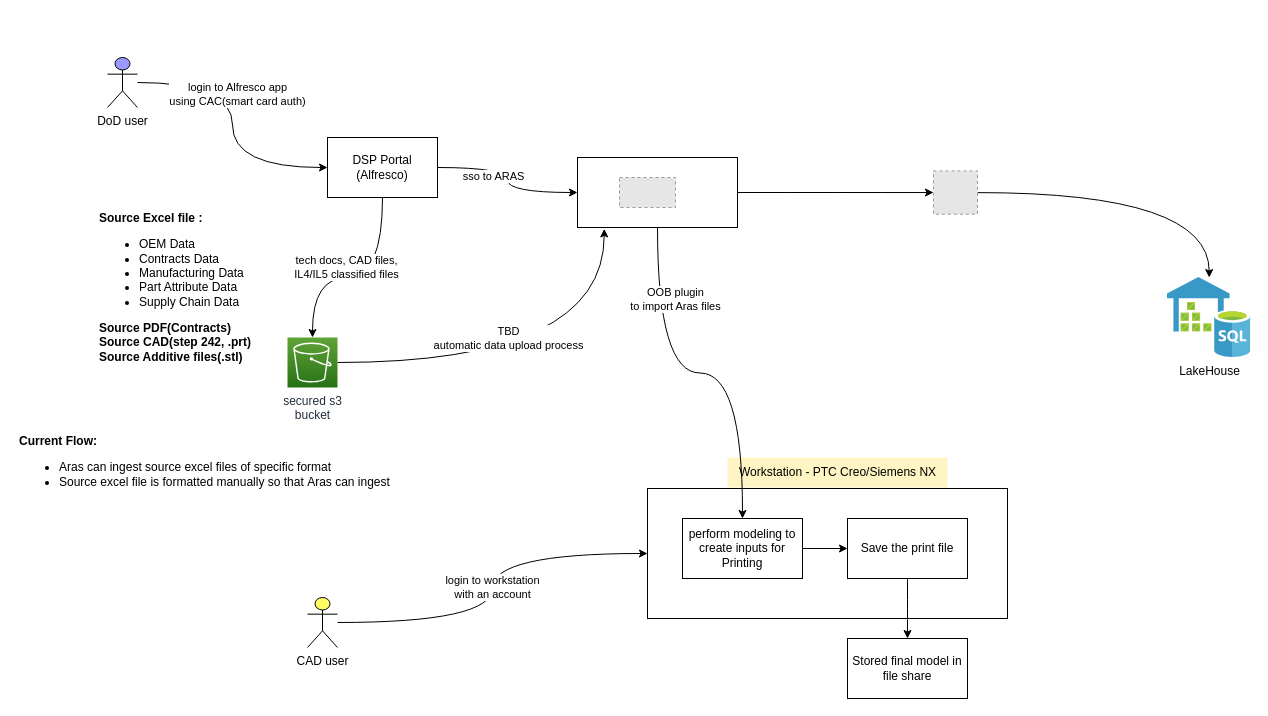
Earlier version of the draw.io diagram page "RGBSI - DSP" (4 of 5) of Ibex - 2.drawio (coolsharepoint/Test). Source tidied: cells renumbered, new cells numbered last; positions are measured from the earlier drawing's top-left corner, leaving out a move shared by most shapes. Both pictures are drawn from the tidied source at 100%, with x=0, y=0 at pixel (17, 57). Pictures stored in the file or linked from it are replaced by grey dashed boxes.
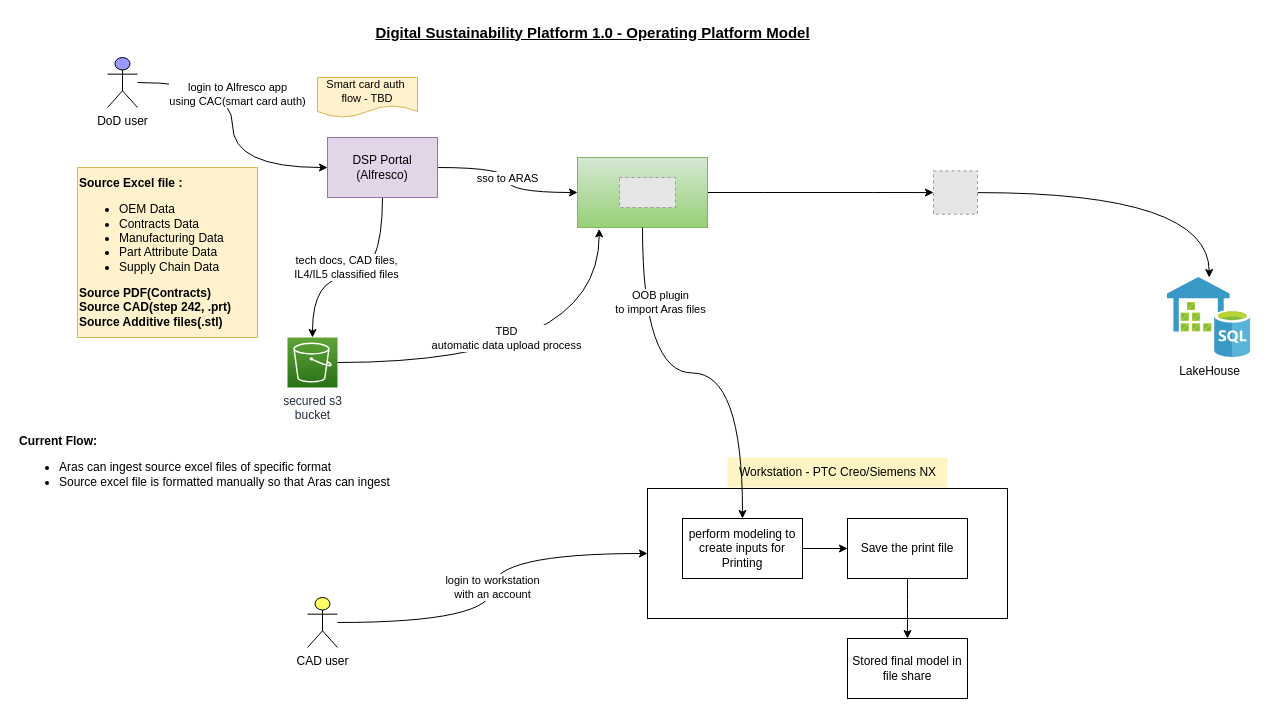
Above is the later version.

The change refers to these unchanged cells:
```xml
<mxCell id="22" style="edgeStyle=orthogonalEdgeStyle;rounded=0;jettySize=auto;html=1;entryX=0;entryY=0.5;entryDx=0;entryDy=0;curved=1;" parent="1" edge="1" source="25" target="12">
  <mxGeometry relative="1" as="geometry" />
</mxCell>
```

Diff of the diagram source:
```diff
@@
-    <mxCell id="12" style="rounded=0;whiteSpace=wrap;html=1;" parent="1" vertex="1">
-      <mxGeometry x="560" y="100" width="160" height="70" as="geometry" />
+    <mxCell id="12" style="rounded=0;whiteSpace=wrap;html=1;fillColor=#d5e8d4;strokeColor=#82b366;gradientColor=#97d077;" parent="1" vertex="1">
+      <mxGeometry x="560" y="100" width="130" height="70" as="geometry" />
     </mxCell>
@@
     <mxCell id="23" value="sso to ARAS" style="edgeLabel;html=1;align=center;verticalAlign=middle;" parent="22" vertex="1">
-      <mxGeometry x="-0.33" y="-8" relative="1" as="geometry" />
+      <mxGeometry x="-0.33" y="-8" relative="1" as="geometry">
+        <mxPoint x="14" y="2" as="offset" />
+      </mxGeometry>
     </mxCell>
@@
-    <mxCell id="25" value="DSP Portal&lt;br&gt;(Alfresco)" style="rounded=0;whiteSpace=wrap;html=1;" parent="1" vertex="1">
+    <mxCell id="25" value="DSP Portal&lt;br&gt;(Alfresco)" style="rounded=0;whiteSpace=wrap;html=1;fillColor=#e1d5e7;strokeColor=#9673a6;" parent="1" vertex="1">
       <mxGeometry x="310" y="80" width="110" height="60" as="geometry" />
     </mxCell>
@@
-    <mxCell id="29" value="&lt;b&gt;Source Excel file : &lt;/b&gt;&lt;br&gt;&lt;ul&gt;&lt;li&gt;OEM Data&lt;/li&gt;&lt;li&gt;Contracts Data&lt;/li&gt;&lt;li&gt;Manufacturing Data&lt;/li&gt;&lt;li&gt;Part Attribute Data&lt;/li&gt;&lt;li&gt;Supply Chain Data&lt;/li&gt;&lt;/ul&gt;&lt;div&gt;&lt;b&gt;Source PDF(Contracts)&lt;/b&gt;&lt;/div&gt;&lt;div&gt;&lt;b&gt;Source CAD(step 242, .prt)&lt;/b&gt;&lt;/div&gt;&lt;div&gt;&lt;b&gt;Source Additive files(.stl)&lt;/b&gt;&lt;/div&gt;" style="text;html=1;align=left;verticalAlign=middle;strokeColor=none;fillColor=none;" parent="1" vertex="1">
-      <mxGeometry x="80" y="145" width="180" height="170" as="geometry" />
+    <mxCell id="29" value="&lt;b&gt;Source Excel file : &lt;/b&gt;&lt;br&gt;&lt;ul&gt;&lt;li&gt;OEM Data&lt;/li&gt;&lt;li&gt;Contracts Data&lt;/li&gt;&lt;li&gt;Manufacturing Data&lt;/li&gt;&lt;li&gt;Part Attribute Data&lt;/li&gt;&lt;li&gt;Supply Chain Data&lt;/li&gt;&lt;/ul&gt;&lt;div&gt;&lt;b&gt;Source PDF(Contracts)&lt;/b&gt;&lt;/div&gt;&lt;div&gt;&lt;b&gt;Source CAD(step 242, .prt)&lt;/b&gt;&lt;/div&gt;&lt;div&gt;&lt;b&gt;Source Additive files(.stl)&lt;/b&gt;&lt;/div&gt;" style="text;html=1;align=left;verticalAlign=middle;strokeColor=#d6b656;fillColor=#fff2cc;" parent="1" vertex="1">
+      <mxGeometry x="60" y="110" width="180" height="170" as="geometry" />
     </mxCell>
@@
+    <mxCell id="31" value="Digital Sustainability Platform 1.0 - Operating Platform Model" style="text;html=1;align=center;verticalAlign=middle;strokeColor=none;fillColor=none;fontStyle=5;fontSize=15;" parent="1" vertex="1">
+      <mxGeometry x="345" y="-40" width="460" height="30" as="geometry" />
+    </mxCell>
+    <mxCell id="32" value="Smart card auth&amp;nbsp; flow - TBD" style="shape=document;whiteSpace=wrap;html=1;boundedLbl=1;fontSize=11;fillColor=#fff2cc;strokeColor=#d6b656;" parent="1" vertex="1">
+      <mxGeometry x="300" y="20" width="100" height="40" as="geometry" />
+    </mxCell>
```
